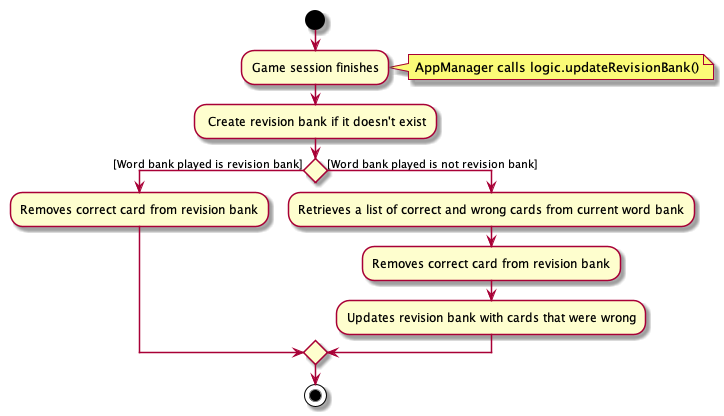
Earlier version of the PlantUML export docs/images/RevisionBankActivityDiagram.png (nus-cs2103-AY1920S1/addressbook-level3).
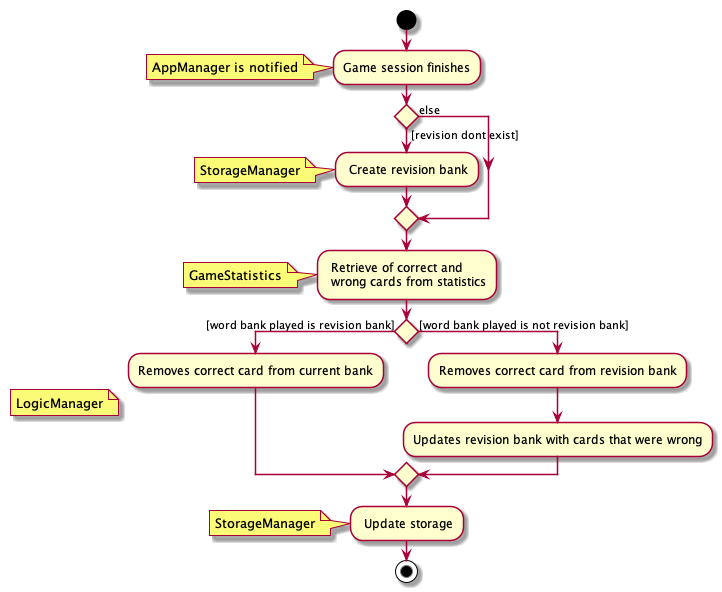
The same diagram one commit later.

The edit, as a diff of the source:
```diff
@@ -2,18 +2,29 @@
 start
 
 :Game session finishes;
-note right: AppManager calls logic.updateRevisionBank()
+note left: AppManager is notified
 
-- Create revision bank if it doesn't exist
+if () then ([revision dont exist])
+    : Create revision bank;
+    note left: StorageManager
+    else (else)
 
-if () then ([Word bank played is revision bank])
-    :Removes correct card from revision bank;
+endif
 
-else ([Word bank played is not revision bank])
-    :Retrieves a list of correct and wrong cards from current word bank;
+- Retrieve of correct and\n wrong cards from statistics
+note left: GameStatistics
+
+if () then ([word bank played is revision bank])
+note left: LogicManager
+    :Removes correct card from current bank;
+else ([word bank played is not revision bank])
     :Removes correct card from revision bank;
     :Updates revision bank with cards that were wrong;
 
 endif
+
+- Update storage
+    note left: StorageManager
+
 stop
 @enduml
```
